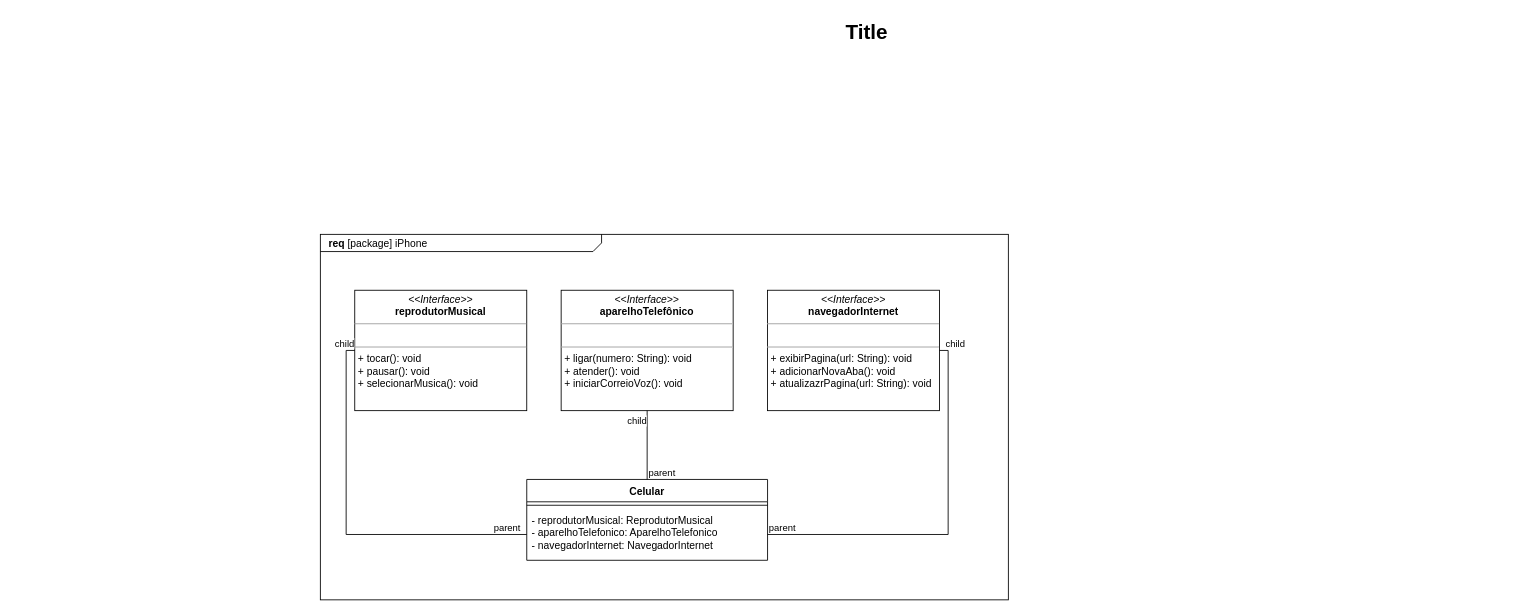
Before: UML-iPhone.drawio in gigiocode/DESAFIO-DIO-POO-UML-iPhone, a draw.io diagram. Source tidied: cells renumbered, new cells numbered last; positions are measured from the earlier drawing's top-left corner, leaving out a move shared by most shapes. Both pictures are drawn from the tidied source at 86%, with x=0, y=0 at pixel (217, 15).
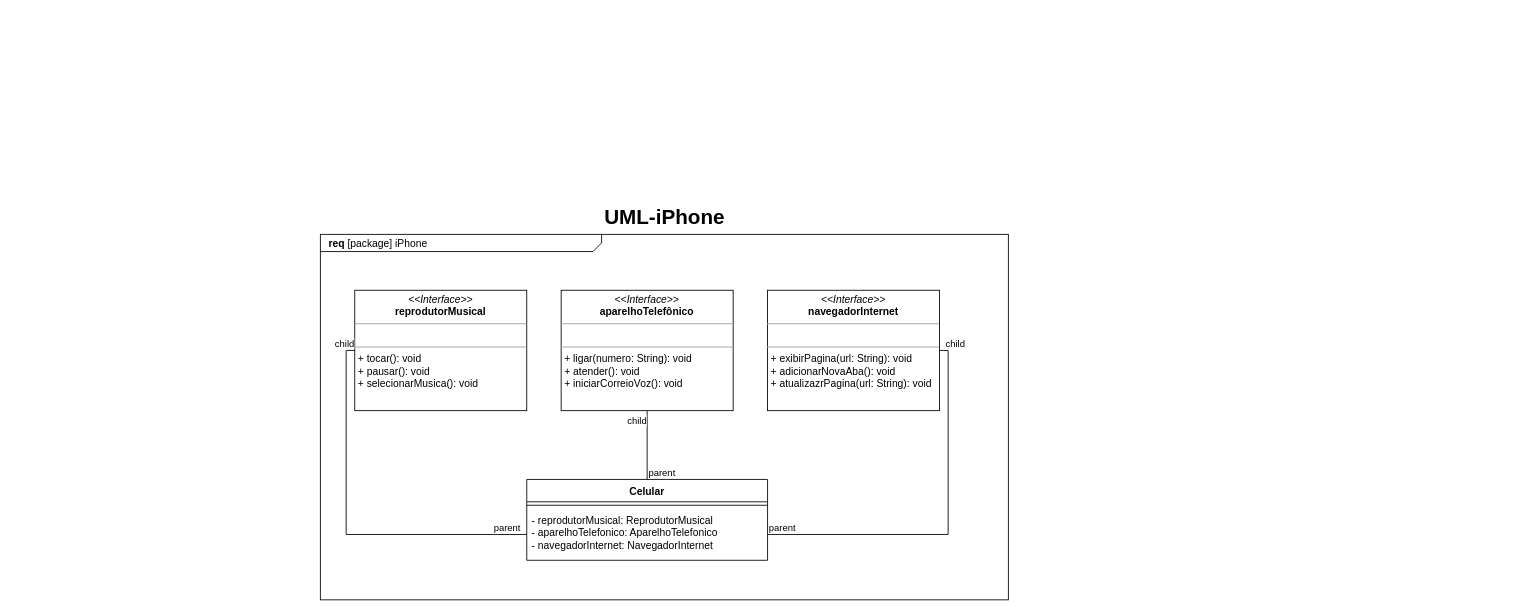
The same diagram, later.

Commit message:
Ajustando posição

What changed in the source:
```diff
@@
-    <mxCell id="3" value="Title" style="text;strokeColor=none;fillColor=none;html=1;fontSize=24;fontStyle=1;verticalAlign=middle;align=center;" parent="1" vertex="1">
-      <mxGeometry width="1510" height="40" as="geometry" />
+    <mxCell id="3" value="UML-iPhone" style="text;strokeColor=none;fillColor=none;html=1;fontSize=24;fontStyle=1;verticalAlign=middle;align=center;" parent="1" vertex="1">
+      <mxGeometry x="-235" y="215" width="1510" height="40" as="geometry" />
     </mxCell>
```
